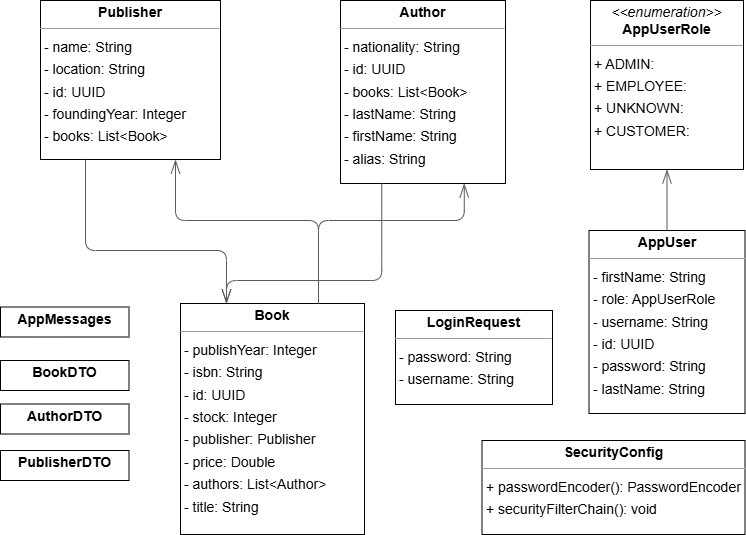
This is pics/model_classes.drawio.png from l7aur/Library-Management-System, a draw.io export, as it was before one commit. Source tidied: cells renumbered, new cells last; positions are measured from the earlier drawing's top-left corner, leaving out a move shared by most shapes.
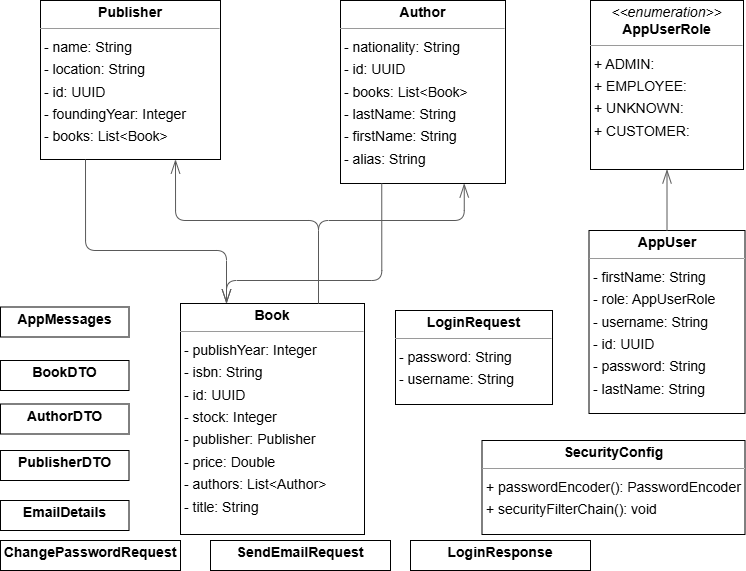
After the change.

What changed in the source:
```diff
@@ -70,5 +70,17 @@
     <mxCell id="17" value="&lt;p style=&quot;margin:0px;margin-top:4px;text-align:center;&quot;&gt;&lt;b&gt;PublisherDTO&lt;/b&gt;&lt;/p&gt;" style="verticalAlign=top;align=left;overflow=fill;fontSize=14;fontFamily=Helvetica;html=1;rounded=0;shadow=0;comic=0;labelBackgroundColor=none;strokeWidth=1;" parent="1" vertex="1">
       <mxGeometry y="450" width="128.5" height="30" as="geometry" />
     </mxCell>
+    <mxCell id="18" value="&lt;p style=&quot;margin:0px;margin-top:4px;text-align:center;&quot;&gt;&lt;b&gt;EmailDetails&lt;/b&gt;&lt;/p&gt;" style="verticalAlign=top;align=left;overflow=fill;fontSize=14;fontFamily=Helvetica;html=1;rounded=0;shadow=0;comic=0;labelBackgroundColor=none;strokeWidth=1;" parent="1" vertex="1">
+      <mxGeometry y="500" width="128.5" height="30" as="geometry" />
+    </mxCell>
+    <mxCell id="19" value="&lt;p style=&quot;margin:0px;margin-top:4px;text-align:center;&quot;&gt;&lt;b&gt;ChangePasswordRequest&lt;/b&gt;&lt;/p&gt;" style="verticalAlign=top;align=left;overflow=fill;fontSize=14;fontFamily=Helvetica;html=1;rounded=0;shadow=0;comic=0;labelBackgroundColor=none;strokeWidth=1;" parent="1" vertex="1">
+      <mxGeometry y="540" width="180" height="30" as="geometry" />
+    </mxCell>
+    <mxCell id="20" value="&lt;p style=&quot;margin:0px;margin-top:4px;text-align:center;&quot;&gt;&lt;b&gt;LoginResponse&lt;/b&gt;&lt;/p&gt;" style="verticalAlign=top;align=left;overflow=fill;fontSize=14;fontFamily=Helvetica;html=1;rounded=0;shadow=0;comic=0;labelBackgroundColor=none;strokeWidth=1;" parent="1" vertex="1">
+      <mxGeometry x="410" y="540" width="180" height="30" as="geometry" />
+    </mxCell>
+    <mxCell id="21" value="&lt;p style=&quot;margin:0px;margin-top:4px;text-align:center;&quot;&gt;&lt;b&gt;SendEmailRequest&lt;/b&gt;&lt;/p&gt;" style="verticalAlign=top;align=left;overflow=fill;fontSize=14;fontFamily=Helvetica;html=1;rounded=0;shadow=0;comic=0;labelBackgroundColor=none;strokeWidth=1;" parent="1" vertex="1">
+      <mxGeometry x="210" y="540" width="180" height="30" as="geometry" />
+    </mxCell>
   </root>
 </mxGraphModel>
```
